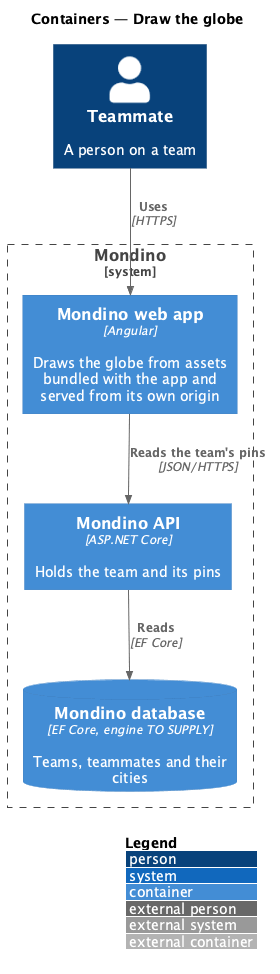
QuinntyneBrown/Mondino keeps this PlantUML diagram as docs/detailed-designs/globe/draw-globe/diagrams/c4-container.png. Above is the earlier version.
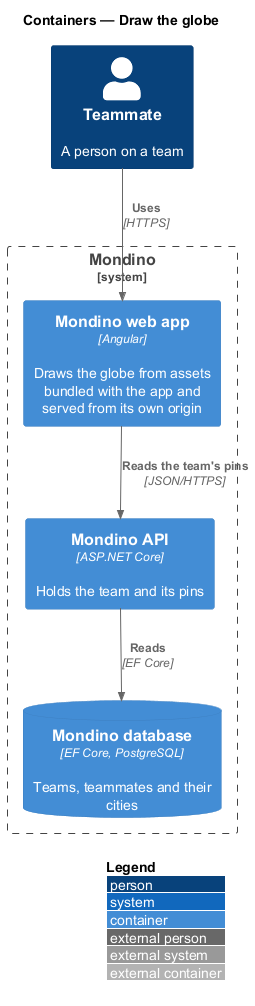
Later version of the same file.

The edit, as a diff of the source:
```diff
@@ -7,7 +7,7 @@
 System_Boundary(mondino, "Mondino") {
   Container(spa, "Mondino web app", "Angular", "Draws the globe from assets bundled with the app and served from its own origin")
   Container(api, "Mondino API", "ASP.NET Core", "Holds the team and its pins")
-  ContainerDb(db, "Mondino database", "EF Core, engine TO SUPPLY", "Teams, teammates and their cities")
+  ContainerDb(db, "Mondino database", "EF Core, PostgreSQL", "Teams, teammates and their cities")
 }
 Rel(teammate, spa, "Uses", "HTTPS")
 Rel(spa, api, "Reads the team's pins", "JSON/HTTPS")
```
